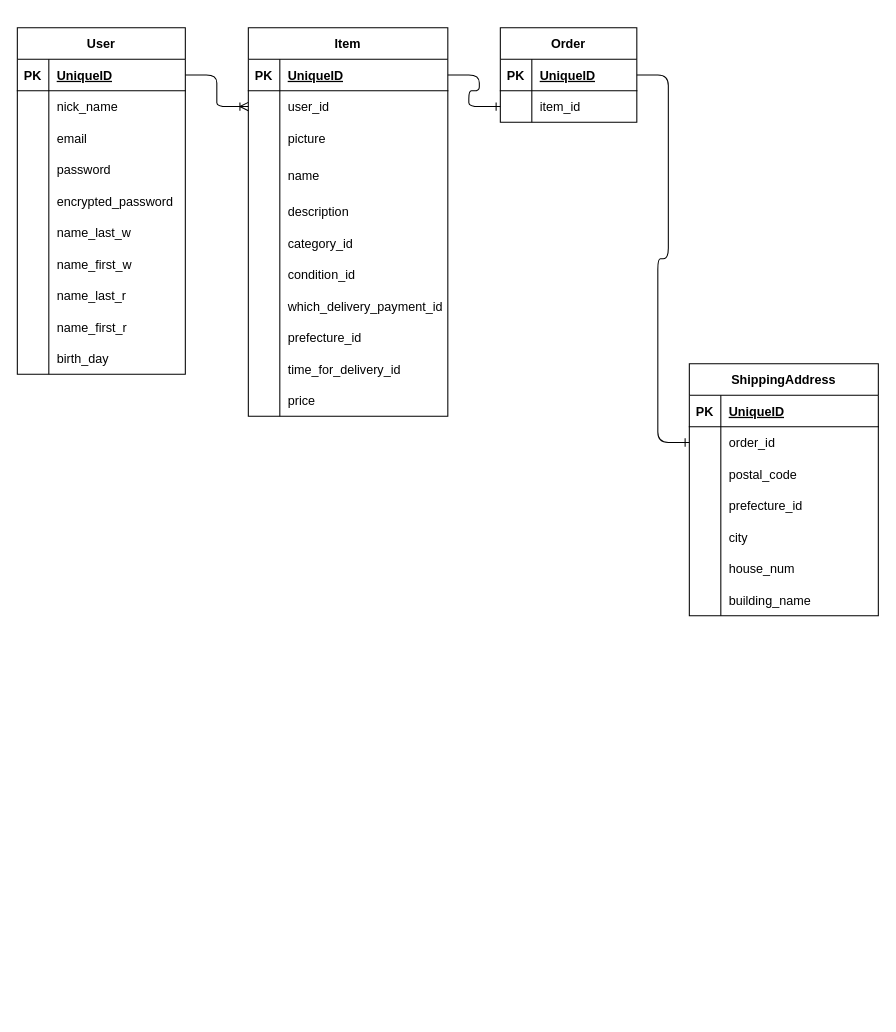
Takenoko463/furima40517 keeps this draw.io diagram as data_setting.dio. Above is the earlier version. Source tidied: cells renumbered, new cells numbered last; positions are measured from the earlier drawing's top-left corner, leaving out a move shared by most shapes. Both pictures are drawn from the tidied source at 105%, with x=0, y=0 at pixel (17, 27).
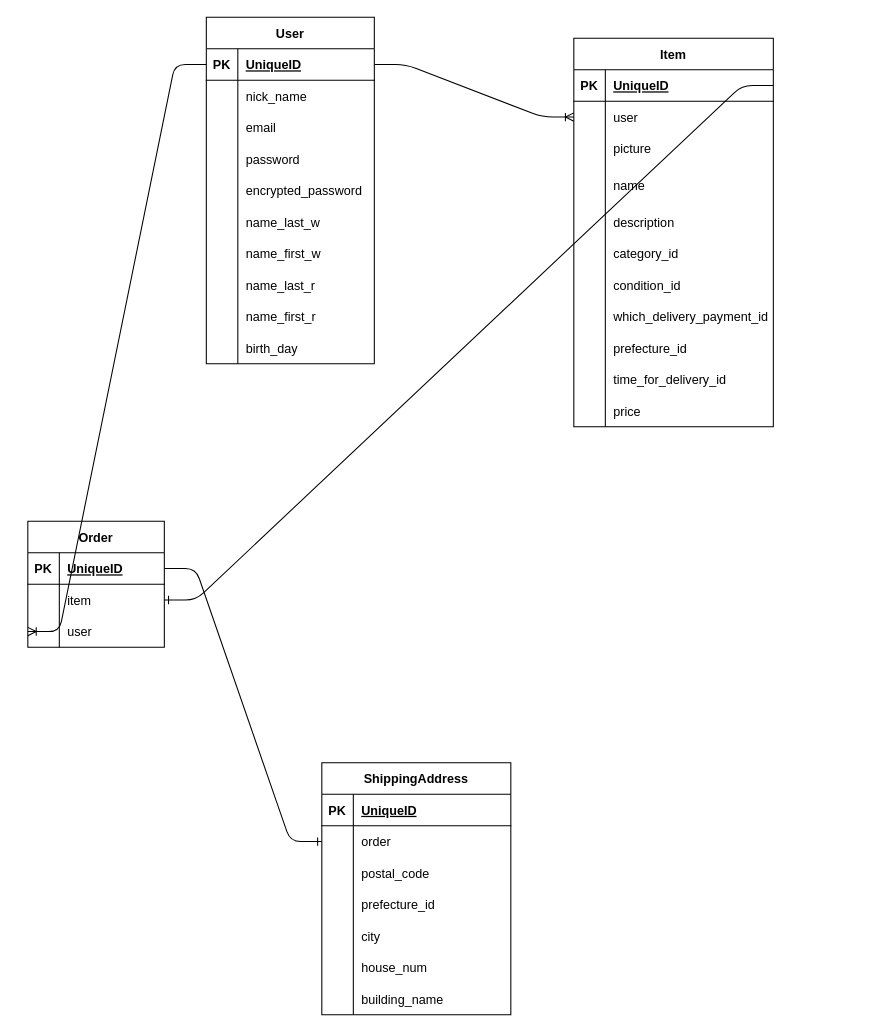
The same diagram, later.

The change refers to these unchanged cells:
```xml
<mxCell id="3" style="shape=tableRow;horizontal=0;startSize=0;swimlaneHead=0;swimlaneBody=0;fillColor=none;points=[[0,0.5],[1,0.5]];portConstraint=eastwest;top=0;left=0;right=0;bottom=1;" parent="2" vertex="1">
  <mxGeometry y="30" width="160" height="30" as="geometry" />
</mxCell>
<mxCell id="34" style="shape=tableRow;horizontal=0;startSize=0;swimlaneHead=0;swimlaneBody=0;fillColor=none;points=[[0,0.5],[1,0.5]];portConstraint=eastwest;top=0;left=0;right=0;bottom=1;" parent="33" vertex="1">
  <mxGeometry y="30" width="190" height="30" as="geometry" />
</mxCell>
<mxCell id="37" style="shape=tableRow;horizontal=0;startSize=0;swimlaneHead=0;swimlaneBody=0;fillColor=none;points=[[0,0.5],[1,0.5]];portConstraint=eastwest;top=0;left=0;right=0;bottom=0;" parent="33" vertex="1">
  <mxGeometry y="60" width="190" height="30" as="geometry" />
</mxCell>
<mxCell id="71" style="shape=tableRow;horizontal=0;startSize=0;swimlaneHead=0;swimlaneBody=0;fillColor=none;points=[[0,0.5],[1,0.5]];portConstraint=eastwest;top=0;left=0;right=0;bottom=0;" parent="67" vertex="1">
  <mxGeometry y="60" width="130" height="30" as="geometry" />
</mxCell>
<mxCell id="78" style="shape=tableRow;horizontal=0;startSize=0;swimlaneHead=0;swimlaneBody=0;fillColor=none;points=[[0,0.5],[1,0.5]];portConstraint=eastwest;top=0;left=0;right=0;bottom=0;" parent="74" vertex="1">
  <mxGeometry y="60" width="180" height="30" as="geometry" />
</mxCell>
```

Diff of the diagram source:
```diff
@@
     <mxCell id="2" value="User" style="shape=table;startSize=30;childLayout=tableLayout;rowLines=0;fontStyle=1;align=center;" parent="1" vertex="1">
-      <mxGeometry width="160" height="330" as="geometry" />
+      <mxGeometry x="180" y="-10" width="160" height="330" as="geometry" />
     </mxCell>
@@
     <mxCell id="33" value="Item" style="shape=table;startSize=30;childLayout=tableLayout;rowLines=0;fontStyle=1;align=center;" parent="1" vertex="1">
-      <mxGeometry x="220" width="190" height="370" as="geometry" />
+      <mxGeometry x="530" y="10" width="190" height="370" as="geometry" />
     </mxCell>
@@
-    <mxCell id="39" value="user_id" style="shape=partialRectangle;fillColor=none;top=0;left=0;bottom=0;right=0;align=left;spacingLeft=6;overflow=hidden;" parent="37" vertex="1">
+    <mxCell id="39" value="user" style="shape=partialRectangle;fillColor=none;top=0;left=0;bottom=0;right=0;align=left;spacingLeft=6;overflow=hidden;" parent="37" vertex="1">
       <mxGeometry x="30" width="160" height="30" as="geometry" />
     </mxCell>
@@
     <mxCell id="67" value="Order" style="shape=table;startSize=30;childLayout=tableLayout;rowLines=0;fontStyle=1;align=center;" parent="1" vertex="1">
-      <mxGeometry x="460" width="130" height="90" as="geometry" />
+      <mxGeometry x="10" y="470" width="130" height="120" as="geometry" />
     </mxCell>
@@
-    <mxCell id="73" value="item_id" style="shape=partialRectangle;fillColor=none;top=0;left=0;bottom=0;right=0;align=left;spacingLeft=6;overflow=hidden;" parent="71" vertex="1">
+    <mxCell id="73" value="item" style="shape=partialRectangle;fillColor=none;top=0;left=0;bottom=0;right=0;align=left;spacingLeft=6;overflow=hidden;" parent="71" vertex="1">
       <mxGeometry x="30" width="100" height="30" as="geometry" />
     </mxCell>
+    <mxCell id="99" style="shape=tableRow;horizontal=0;startSize=0;swimlaneHead=0;swimlaneBody=0;fillColor=none;points=[[0,0.5],[1,0.5]];portConstraint=eastwest;top=0;left=0;right=0;bottom=0;" parent="67" vertex="1">
+      <mxGeometry y="90" width="130" height="30" as="geometry" />
+    </mxCell>
+    <mxCell id="100" style="shape=partialRectangle;fillColor=none;top=0;left=0;bottom=0;right=0;overflow=hidden;" parent="99" vertex="1">
+      <mxGeometry width="30" height="30" as="geometry" />
+    </mxCell>
+    <mxCell id="101" value="user" style="shape=partialRectangle;fillColor=none;top=0;left=0;bottom=0;right=0;align=left;spacingLeft=6;overflow=hidden;" parent="99" vertex="1">
+      <mxGeometry x="30" width="100" height="30" as="geometry" />
+    </mxCell>
     <mxCell id="74" value="ShippingAddress" style="shape=table;startSize=30;childLayout=tableLayout;rowLines=0;fontStyle=1;align=center;" parent="1" vertex="1">
-      <mxGeometry x="640" y="320" width="180" height="240" as="geometry" />
+      <mxGeometry x="290" y="700" width="180" height="240" as="geometry" />
     </mxCell>
@@
-    <mxCell id="80" value="order_id" style="shape=partialRectangle;fillColor=none;top=0;left=0;bottom=0;right=0;align=left;spacingLeft=6;overflow=hidden;" parent="78" vertex="1">
+    <mxCell id="80" value="order" style="shape=partialRectangle;fillColor=none;top=0;left=0;bottom=0;right=0;align=left;spacingLeft=6;overflow=hidden;" parent="78" vertex="1">
       <mxGeometry x="30" width="150" height="30" as="geometry" />
     </mxCell>
@@
-    <mxCell id="97" style="edgeStyle=entityRelationEdgeStyle;fontSize=12;html=1;endArrow=ERone;endFill=1;entryX=0;entryY=0.5;entryDx=0;entryDy=0;exitX=1;exitY=0.5;exitDx=0;exitDy=0;" parent="1" edge="1" source="34" target="71">
+    <mxCell id="97" style="edgeStyle=entityRelationEdgeStyle;fontSize=12;html=1;endArrow=ERone;endFill=1;exitX=1;exitY=0.5;exitDx=0;exitDy=0;entryX=1;entryY=0.5;entryDx=0;entryDy=0;" parent="1" edge="1" source="34" target="71">
       <mxGeometry relative="1" as="geometry" />
     </mxCell>
@@
+    <mxCell id="102" style="edgeStyle=entityRelationEdgeStyle;fontSize=12;html=1;endArrow=ERoneToMany;exitX=0;exitY=0.5;exitDx=0;exitDy=0;entryX=0;entryY=0.5;entryDx=0;entryDy=0;" parent="1" edge="1" source="3" target="99">
+      <mxGeometry relative="1" as="geometry" />
+    </mxCell>
```
